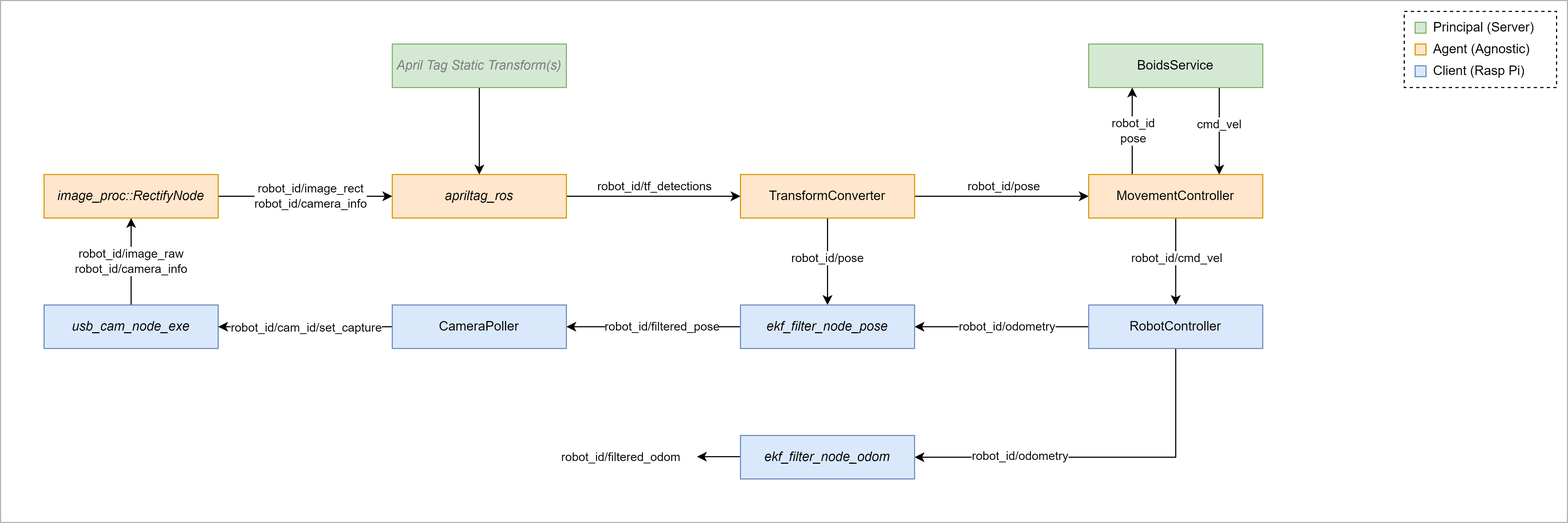
Earlier version of the draw.io export src/component_architecture.png (monash-wsrn/ebug-network). Source tidied: cells renumbered, new cells last; positions are measured from the earlier drawing's top-left corner, leaving out a move shared by most shapes.
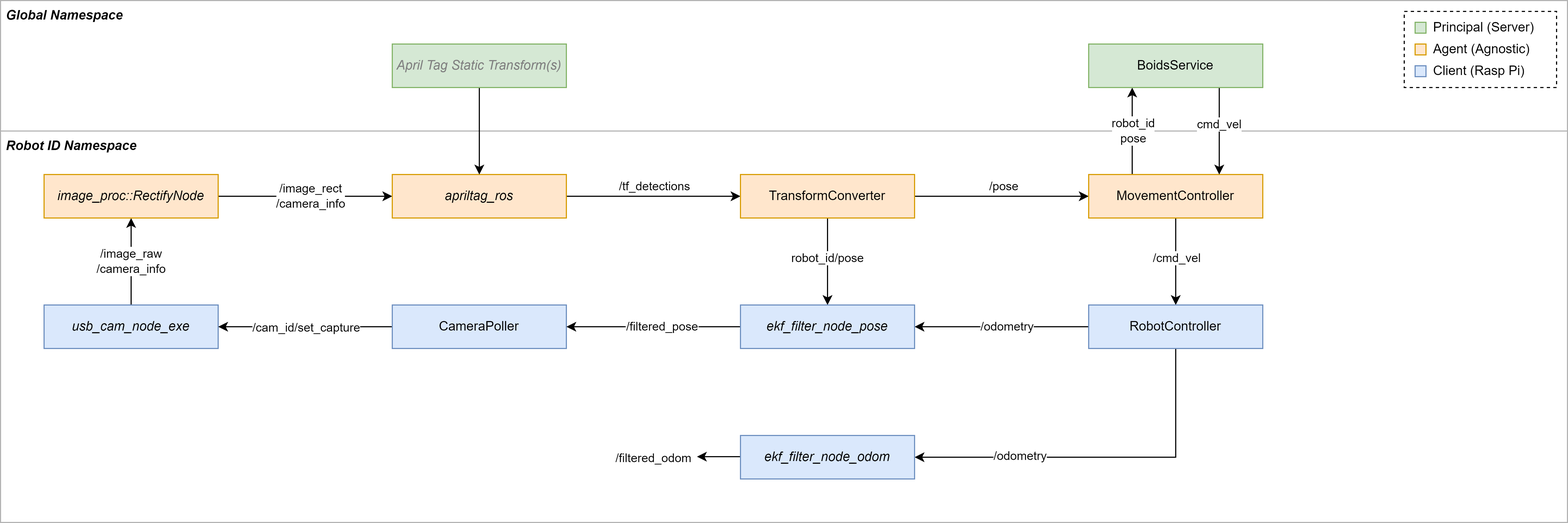
Above is the later version.

Commit message:
Updated node diagram

What changed in the source:
```diff
@@ -2,10 +2,13 @@
   <root>
     <mxCell id="0" />
     <mxCell id="1" parent="0" />
+    <mxCell id="46" value="&amp;nbsp;Global Namespace" style="rounded=0;whiteSpace=wrap;html=1;align=left;verticalAlign=top;fontStyle=3;strokeColor=#B3B3B3;" parent="1" vertex="1">
+      <mxGeometry width="1440" height="120" as="geometry" />
+    </mxCell>
-    <mxCell id="2" style="rounded=0;whiteSpace=wrap;html=1;align=left;verticalAlign=top;fontStyle=3;strokeColor=#B3B3B3;" parent="1" vertex="1">
-      <mxGeometry width="1440" height="480" as="geometry" />
+    <mxCell id="2" value="&amp;nbsp;Robot ID Namespace" style="rounded=0;whiteSpace=wrap;html=1;align=left;verticalAlign=top;fontStyle=3;strokeColor=#B3B3B3;" parent="1" vertex="1">
+      <mxGeometry y="120" width="1440" height="360" as="geometry" />
     </mxCell>
-    <mxCell id="3" value="robot_id/image_raw&lt;br&gt;robot_id/camera_info" style="edgeStyle=orthogonalEdgeStyle;rounded=0;jettySize=auto;html=1;exitX=0.5;exitY=0;exitDx=0;exitDy=0;entryX=0.5;entryY=1;entryDx=0;entryDy=0;" parent="1" edge="1" source="4" target="7">
+    <mxCell id="3" value="/image_raw&lt;br&gt;/camera_info" style="edgeStyle=orthogonalEdgeStyle;rounded=0;jettySize=auto;html=1;exitX=0.5;exitY=0;exitDx=0;exitDy=0;entryX=0.5;entryY=1;entryDx=0;entryDy=0;" parent="1" edge="1" source="4" target="7">
       <mxGeometry relative="1" as="geometry" />
     </mxCell>
     <mxCell id="4" value="usb_cam_node_exe" style="rounded=0;whiteSpace=wrap;html=1;fillColor=#dae8fc;strokeColor=#6c8ebf;fontStyle=2;" parent="1" vertex="1">
@@ -14,7 +17,7 @@
     <mxCell id="5" style="edgeStyle=orthogonalEdgeStyle;rounded=0;jettySize=auto;html=1;exitX=1;exitY=0.5;exitDx=0;exitDy=0;entryX=0;entryY=0.5;entryDx=0;entryDy=0;" parent="1" edge="1" source="7" target="10">
       <mxGeometry relative="1" as="geometry" />
     </mxCell>
-    <mxCell id="6" value="robot_id/image_rect&lt;br&gt;robot_id/camera_info" style="edgeLabel;html=1;align=center;verticalAlign=middle;" parent="5" vertex="1">
+    <mxCell id="6" value="/image_rect&lt;br&gt;/camera_info" style="edgeLabel;html=1;align=center;verticalAlign=middle;" parent="5" vertex="1">
       <mxGeometry x="0.05" y="1" relative="1" as="geometry" />
     </mxCell>
     <mxCell id="7" value="image_proc::RectifyNode" style="rounded=0;whiteSpace=wrap;html=1;fillColor=#ffe6cc;strokeColor=#d79b00;fontStyle=2;" parent="1" vertex="1">
@@ -23,7 +26,7 @@
     <mxCell id="8" style="edgeStyle=orthogonalEdgeStyle;rounded=0;jettySize=auto;html=1;exitX=1;exitY=0.5;exitDx=0;exitDy=0;" parent="1" edge="1" source="10" target="18">
       <mxGeometry relative="1" as="geometry" />
     </mxCell>
-    <mxCell id="9" value="robot_id/tf_detections" style="edgeLabel;html=1;align=center;verticalAlign=middle;" parent="8" vertex="1">
+    <mxCell id="9" value="/tf_detections" style="edgeLabel;html=1;align=center;verticalAlign=middle;" parent="8" vertex="1">
       <mxGeometry x="0.8" y="-1" relative="1" as="geometry">
         <mxPoint x="-64" y="-11" as="offset" />
       </mxGeometry>
@@ -34,7 +37,7 @@
     <mxCell id="11" style="edgeStyle=orthogonalEdgeStyle;rounded=0;jettySize=auto;html=1;exitX=0;exitY=0.5;exitDx=0;exitDy=0;entryX=1;entryY=0.5;entryDx=0;entryDy=0;" parent="1" edge="1" source="13" target="4">
       <mxGeometry relative="1" as="geometry" />
     </mxCell>
-    <mxCell id="12" value="robot_id/cam_id/set_capture" style="edgeLabel;html=1;align=center;verticalAlign=middle;" parent="11" vertex="1">
+    <mxCell id="12" value="/cam_id/set_capture" style="edgeLabel;html=1;align=center;verticalAlign=middle;" parent="11" vertex="1">
       <mxGeometry x="0.01" y="-1" relative="1" as="geometry">
         <mxPoint y="1" as="offset" />
       </mxGeometry>
@@ -45,7 +48,7 @@
     <mxCell id="14" style="edgeStyle=orthogonalEdgeStyle;rounded=0;jettySize=auto;html=1;exitX=1;exitY=0.5;exitDx=0;exitDy=0;entryX=0;entryY=0.5;entryDx=0;entryDy=0;" parent="1" edge="1" source="18" target="23">
       <mxGeometry relative="1" as="geometry" />
     </mxCell>
-    <mxCell id="15" value="robot_id/pose" style="edgeLabel;html=1;align=center;verticalAlign=middle;" parent="14" vertex="1">
+    <mxCell id="15" value="/pose" style="edgeLabel;html=1;align=center;verticalAlign=middle;" parent="14" vertex="1">
       <mxGeometry x="0.01" y="1" relative="1" as="geometry">
         <mxPoint y="-9" as="offset" />
       </mxGeometry>
@@ -68,7 +71,7 @@
     <mxCell id="21" style="edgeStyle=orthogonalEdgeStyle;rounded=0;jettySize=auto;html=1;exitX=0.5;exitY=1;exitDx=0;exitDy=0;entryX=0.5;entryY=0;entryDx=0;entryDy=0;" parent="1" edge="1" source="23" target="28">
       <mxGeometry relative="1" as="geometry" />
     </mxCell>
-    <mxCell id="22" value="robot_id/cmd_vel" style="edgeLabel;html=1;align=center;verticalAlign=middle;" parent="21" vertex="1">
+    <mxCell id="22" value="/cmd_vel" style="edgeLabel;html=1;align=center;verticalAlign=middle;" parent="21" vertex="1">
       <mxGeometry x="-0.1" y="3" relative="1" as="geometry">
         <mxPoint x="-3" as="offset" />
       </mxGeometry>
@@ -79,23 +82,23 @@
     <mxCell id="24" style="edgeStyle=orthogonalEdgeStyle;rounded=0;jettySize=auto;html=1;exitX=0;exitY=0.5;exitDx=0;exitDy=0;entryX=1;entryY=0.5;entryDx=0;entryDy=0;" parent="1" edge="1" source="28" target="38">
       <mxGeometry relative="1" as="geometry" />
     </mxCell>
-    <mxCell id="25" value="robot_id/odometry" style="edgeLabel;html=1;align=center;verticalAlign=middle;" parent="24" vertex="1">
+    <mxCell id="25" value="/odometry" style="edgeLabel;html=1;align=center;verticalAlign=middle;" parent="24" vertex="1">
       <mxGeometry x="-0.04" y="-1" relative="1" as="geometry" />
     </mxCell>
     <mxCell id="26" style="edgeStyle=orthogonalEdgeStyle;rounded=0;jettySize=auto;html=1;exitX=0.5;exitY=1;exitDx=0;exitDy=0;entryX=1;entryY=0.5;entryDx=0;entryDy=0;" parent="1" edge="1" source="28" target="35">
       <mxGeometry relative="1" as="geometry" />
     </mxCell>
-    <mxCell id="27" value="robot_id/odometry" style="edgeLabel;html=1;align=center;verticalAlign=middle;" parent="26" vertex="1">
+    <mxCell id="27" value="/odometry" style="edgeLabel;html=1;align=center;verticalAlign=middle;" parent="26" vertex="1">
       <mxGeometry x="0.44" y="-2" relative="1" as="geometry" />
     </mxCell>
     <mxCell id="28" value="RobotController" style="rounded=0;whiteSpace=wrap;html=1;fillColor=#dae8fc;strokeColor=#6c8ebf;" parent="1" vertex="1">
       <mxGeometry x="1000" y="280" width="160" height="40" as="geometry" />
     </mxCell>
-    <mxCell id="29" value="robot_id/filtered_odom" style="endArrow=classic;html=1;rounded=0;" parent="1" edge="1">
-      <mxGeometry x="1" y="70" relative="1" as="geometry">
+    <mxCell id="29" value="/filtered_odom" style="endArrow=classic;html=1;rounded=0;" parent="1" edge="1">
+      <mxGeometry x="1" y="40" relative="1" as="geometry">
         <mxPoint x="680" y="419.5" as="sourcePoint" />
         <mxPoint x="640" y="419.5" as="targetPoint" />
-        <mxPoint x="-70" y="-70" as="offset" />
+        <mxPoint x="-40" y="-39" as="offset" />
       </mxGeometry>
     </mxCell>
     <mxCell id="30" style="rounded=0;whiteSpace=wrap;html=1;dashed=1;" parent="1" vertex="1">
@@ -119,7 +122,7 @@
     <mxCell id="36" style="edgeStyle=orthogonalEdgeStyle;rounded=0;jettySize=auto;html=1;exitX=0;exitY=0.5;exitDx=0;exitDy=0;" parent="1" edge="1" source="38" target="13">
       <mxGeometry relative="1" as="geometry" />
     </mxCell>
-    <mxCell id="37" value="robot_id/filtered_pose" style="edgeLabel;html=1;align=center;verticalAlign=middle;" parent="36" vertex="1">
+    <mxCell id="37" value="/filtered_pose" style="edgeLabel;html=1;align=center;verticalAlign=middle;" parent="36" vertex="1">
       <mxGeometry x="-0.08" y="-1" relative="1" as="geometry" />
     </mxCell>
     <mxCell id="38" value="ekf_filter_node_pose" style="rounded=0;whiteSpace=wrap;html=1;fillColor=#dae8fc;strokeColor=#6c8ebf;fontStyle=2;" parent="1" vertex="1">
```
